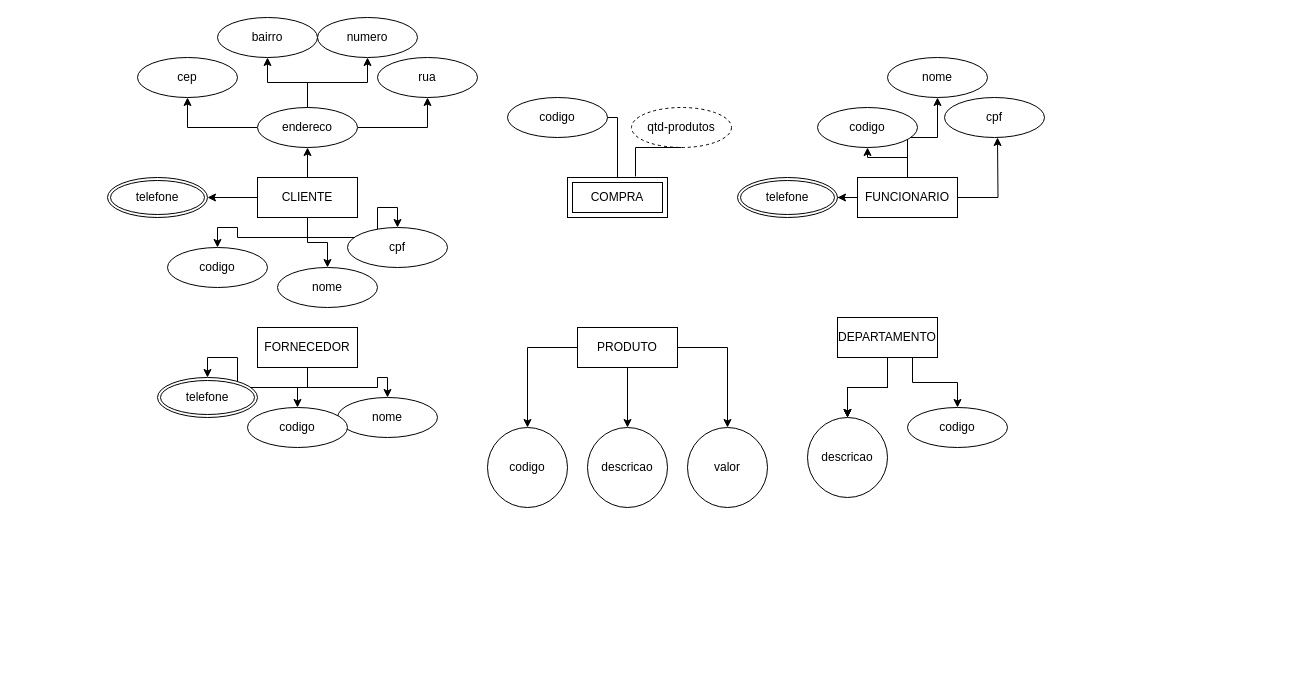
Earlier version of the draw.io diagram Case-loa2.drawio (webdevdesiner/premier). Source tidied: cells renumbered, new cells numbered last; positions are measured from the earlier drawing's top-left corner, leaving out a move shared by most shapes. Both pictures are drawn from the tidied source at 100%, with x=0, y=0 at pixel (107, 17).
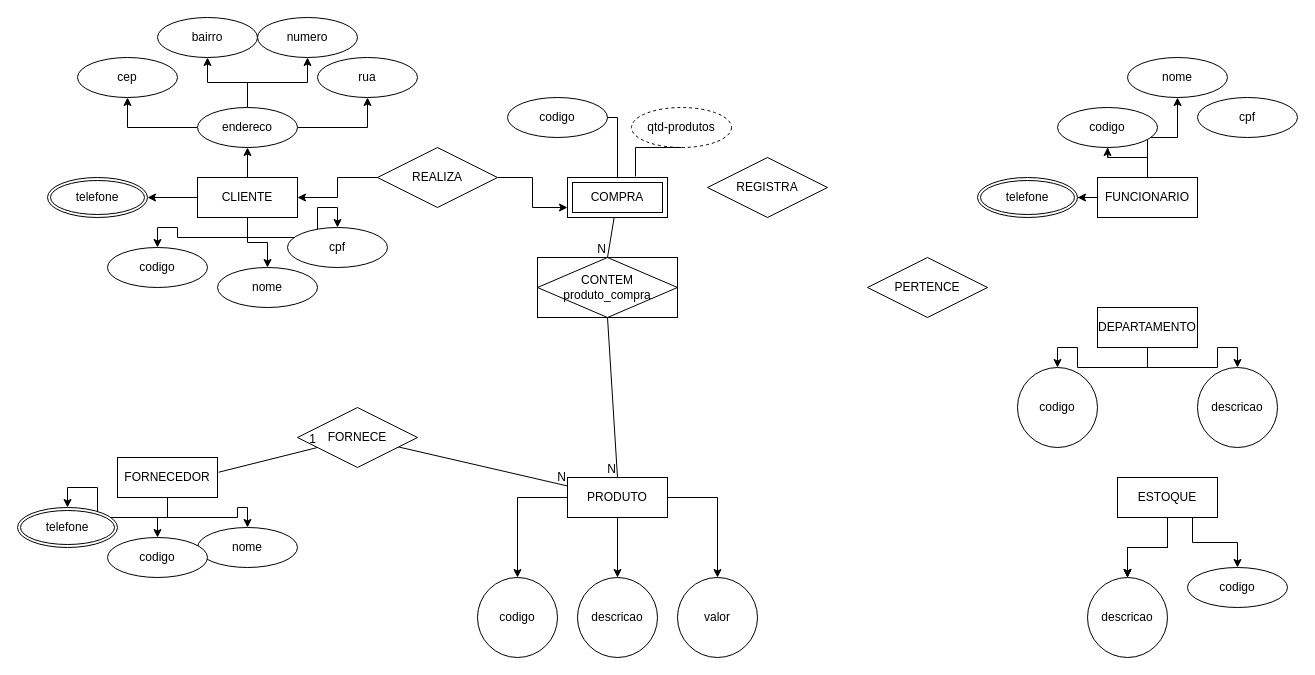
The same diagram, later.

The change refers to these unchanged cells:
```xml
<mxCell id="8" value="COMPRA" style="shape=ext;margin=3;double=1;whiteSpace=wrap;html=1;align=center;" parent="1" vertex="1">
  <mxGeometry x="460" y="160" width="100" height="40" as="geometry" />
</mxCell>
```

The edit, as a diff of the source:
```diff
@@
     <mxCell id="7" value="CLIENTE" style="whiteSpace=wrap;html=1;align=center;" parent="1" vertex="1">
-      <mxGeometry x="150" y="160" width="100" height="40" as="geometry" />
+      <mxGeometry x="90" y="160" width="100" height="40" as="geometry" />
     </mxCell>
@@
     <mxCell id="11" style="edgeStyle=orthogonalEdgeStyle;rounded=0;jettySize=auto;html=1;" parent="1" edge="1" source="13">
       <mxGeometry relative="1" as="geometry">
-        <mxPoint x="890" y="120" as="targetPoint" />
+        <mxPoint x="1000" y="120" as="targetPoint" />
       </mxGeometry>
     </mxCell>
@@
     <mxCell id="13" value="FUNCIONARIO" style="whiteSpace=wrap;html=1;align=center;" parent="1" vertex="1">
-      <mxGeometry x="750" y="160" width="100" height="40" as="geometry" />
+      <mxGeometry x="990" y="160" width="100" height="40" as="geometry" />
     </mxCell>
@@
     <mxCell id="17" value="PRODUTO" style="whiteSpace=wrap;html=1;align=center;" parent="1" vertex="1">
-      <mxGeometry x="470" y="310" width="100" height="40" as="geometry" />
+      <mxGeometry x="460" y="460" width="100" height="40" as="geometry" />
     </mxCell>
@@
     <mxCell id="21" value="FORNECEDOR" style="whiteSpace=wrap;html=1;align=center;" parent="1" vertex="1">
-      <mxGeometry x="150" y="310" width="100" height="40" as="geometry" />
+      <mxGeometry x="10" y="440" width="100" height="40" as="geometry" />
     </mxCell>
@@
-    <mxCell id="26" value="DEPARTAMENTO" style="whiteSpace=wrap;html=1;align=center;" parent="1" vertex="1">
-      <mxGeometry x="730" y="300" width="100" height="40" as="geometry" />
+    <mxCell id="26" value="ESTOQUE" style="whiteSpace=wrap;html=1;align=center;" parent="1" vertex="1">
+      <mxGeometry x="1010" y="460" width="100" height="40" as="geometry" />
     </mxCell>
@@
     <mxCell id="31" value="codigo" style="ellipse;whiteSpace=wrap;html=1;" parent="1" vertex="1">
-      <mxGeometry x="380" y="410" width="80" height="80" as="geometry" />
+      <mxGeometry x="370" y="560" width="80" height="80" as="geometry" />
     </mxCell>
     <mxCell id="32" value="valor" style="ellipse;whiteSpace=wrap;html=1;" parent="1" vertex="1">
-      <mxGeometry x="580" y="410" width="80" height="80" as="geometry" />
+      <mxGeometry x="570" y="560" width="80" height="80" as="geometry" />
     </mxCell>
     <mxCell id="33" value="descricao" style="ellipse;whiteSpace=wrap;html=1;" parent="1" vertex="1">
-      <mxGeometry x="480" y="410" width="80" height="80" as="geometry" />
+      <mxGeometry x="470" y="560" width="80" height="80" as="geometry" />
     </mxCell>
     <mxCell id="34" value="descricao" style="ellipse;whiteSpace=wrap;html=1;" parent="1" vertex="1">
-      <mxGeometry x="700" y="400" width="80" height="80" as="geometry" />
+      <mxGeometry x="980" y="560" width="80" height="80" as="geometry" />
     </mxCell>
     <mxCell id="35" value="codigo" style="ellipse;whiteSpace=wrap;html=1;align=center;" parent="1" vertex="1">
-      <mxGeometry x="800" y="390" width="100" height="40" as="geometry" />
+      <mxGeometry x="1080" y="550" width="100" height="40" as="geometry" />
     </mxCell>
     <mxCell id="36" value="codigo" style="ellipse;whiteSpace=wrap;html=1;align=center;" parent="1" vertex="1">
-      <mxGeometry x="710" y="90" width="100" height="40" as="geometry" />
+      <mxGeometry x="950" y="90" width="100" height="40" as="geometry" />
     </mxCell>
     <mxCell id="37" value="nome" style="ellipse;whiteSpace=wrap;html=1;align=center;" parent="1" vertex="1">
-      <mxGeometry x="780" y="40" width="100" height="40" as="geometry" />
+      <mxGeometry x="1020" y="40" width="100" height="40" as="geometry" />
     </mxCell>
     <mxCell id="38" value="cpf" style="ellipse;whiteSpace=wrap;html=1;align=center;" parent="1" vertex="1">
-      <mxGeometry x="837" y="80" width="100" height="40" as="geometry" />
+      <mxGeometry x="1090" y="80" width="100" height="40" as="geometry" />
     </mxCell>
     <mxCell id="39" value="telefone" style="ellipse;shape=doubleEllipse;margin=3;whiteSpace=wrap;html=1;align=center;" parent="1" vertex="1">
-      <mxGeometry x="630" y="160" width="100" height="40" as="geometry" />
+      <mxGeometry x="870" y="160" width="100" height="40" as="geometry" />
     </mxCell>
     <mxCell id="40" value="nome" style="ellipse;whiteSpace=wrap;html=1;align=center;" parent="1" vertex="1">
-      <mxGeometry x="230" y="380" width="100" height="40" as="geometry" />
+      <mxGeometry x="90" y="510" width="100" height="40" as="geometry" />
     </mxCell>
     <mxCell id="41" value="codigo" style="ellipse;whiteSpace=wrap;html=1;align=center;" parent="1" vertex="1">
-      <mxGeometry x="140" y="390" width="100" height="40" as="geometry" />
+      <mxGeometry y="520" width="100" height="40" as="geometry" />
     </mxCell>
     <mxCell id="42" value="telefone" style="ellipse;shape=doubleEllipse;margin=3;whiteSpace=wrap;html=1;align=center;" parent="1" vertex="1">
-      <mxGeometry x="50" y="360" width="100" height="40" as="geometry" />
+      <mxGeometry x="-90" y="490" width="100" height="40" as="geometry" />
     </mxCell>
@@
     <mxCell id="47" value="endereco" style="ellipse;whiteSpace=wrap;html=1;align=center;" parent="1" vertex="1">
-      <mxGeometry x="150" y="90" width="100" height="40" as="geometry" />
+      <mxGeometry x="90" y="90" width="100" height="40" as="geometry" />
     </mxCell>
     <mxCell id="48" value="bairro" style="ellipse;whiteSpace=wrap;html=1;align=center;" parent="1" vertex="1">
-      <mxGeometry x="110" width="100" height="40" as="geometry" />
+      <mxGeometry x="50" width="100" height="40" as="geometry" />
     </mxCell>
     <mxCell id="49" value="numero" style="ellipse;whiteSpace=wrap;html=1;align=center;" parent="1" vertex="1">
-      <mxGeometry x="210" width="100" height="40" as="geometry" />
+      <mxGeometry x="150" width="100" height="40" as="geometry" />
     </mxCell>
     <mxCell id="50" value="rua" style="ellipse;whiteSpace=wrap;html=1;align=center;" parent="1" vertex="1">
-      <mxGeometry x="270" y="40" width="100" height="40" as="geometry" />
+      <mxGeometry x="210" y="40" width="100" height="40" as="geometry" />
     </mxCell>
     <mxCell id="51" value="cep" style="ellipse;whiteSpace=wrap;html=1;align=center;" parent="1" vertex="1">
-      <mxGeometry x="30" y="40" width="100" height="40" as="geometry" />
+      <mxGeometry x="-30" y="40" width="100" height="40" as="geometry" />
     </mxCell>
     <mxCell id="52" value="telefone" style="ellipse;shape=doubleEllipse;margin=3;whiteSpace=wrap;html=1;align=center;" parent="1" vertex="1">
-      <mxGeometry y="160" width="100" height="40" as="geometry" />
+      <mxGeometry x="-60" y="160" width="100" height="40" as="geometry" />
     </mxCell>
     <mxCell id="53" value="codigo" style="ellipse;whiteSpace=wrap;html=1;align=center;" parent="1" vertex="1">
-      <mxGeometry x="60" y="230" width="100" height="40" as="geometry" />
+      <mxGeometry y="230" width="100" height="40" as="geometry" />
     </mxCell>
     <mxCell id="54" value="nome" style="ellipse;whiteSpace=wrap;html=1;align=center;" parent="1" vertex="1">
-      <mxGeometry x="170" y="250" width="100" height="40" as="geometry" />
+      <mxGeometry x="110" y="250" width="100" height="40" as="geometry" />
     </mxCell>
     <mxCell id="55" value="cpf" style="ellipse;whiteSpace=wrap;html=1;align=center;" parent="1" vertex="1">
-      <mxGeometry x="240" y="210" width="100" height="40" as="geometry" />
+      <mxGeometry x="180" y="210" width="100" height="40" as="geometry" />
     </mxCell>
+    <mxCell id="56" value="CONTEM&lt;div&gt;produto_compra&lt;/div&gt;" style="shape=associativeEntity;whiteSpace=wrap;html=1;align=center;" parent="1" vertex="1">
+      <mxGeometry x="430" y="240" width="140" height="60" as="geometry" />
+    </mxCell>
+    <mxCell id="57" style="edgeStyle=orthogonalEdgeStyle;rounded=0;jettySize=auto;html=1;entryX=0;entryY=0.75;entryDx=0;entryDy=0;" parent="1" edge="1" source="59" target="8">
+      <mxGeometry relative="1" as="geometry" />
+    </mxCell>
+    <mxCell id="58" style="edgeStyle=orthogonalEdgeStyle;rounded=0;jettySize=auto;html=1;entryX=1;entryY=0.5;entryDx=0;entryDy=0;" parent="1" edge="1" source="59" target="7">
+      <mxGeometry relative="1" as="geometry" />
+    </mxCell>
+    <mxCell id="59" value="REALIZA" style="shape=rhombus;perimeter=rhombusPerimeter;whiteSpace=wrap;html=1;align=center;" parent="1" vertex="1">
+      <mxGeometry x="270" y="130" width="120" height="60" as="geometry" />
+    </mxCell>
+    <mxCell id="60" value="REGISTRA" style="shape=rhombus;perimeter=rhombusPerimeter;whiteSpace=wrap;html=1;align=center;" parent="1" vertex="1">
+      <mxGeometry x="600" y="140" width="120" height="60" as="geometry" />
+    </mxCell>
+    <mxCell id="61" value="PERTENCE" style="shape=rhombus;perimeter=rhombusPerimeter;whiteSpace=wrap;html=1;align=center;" parent="1" vertex="1">
+      <mxGeometry x="760" y="240" width="120" height="60" as="geometry" />
+    </mxCell>
+    <mxCell id="62" value="FORNECE" style="shape=rhombus;perimeter=rhombusPerimeter;whiteSpace=wrap;html=1;align=center;" parent="1" vertex="1">
+      <mxGeometry x="190" y="390" width="120" height="60" as="geometry" />
+    </mxCell>
+    <mxCell id="63" style="edgeStyle=orthogonalEdgeStyle;rounded=0;jettySize=auto;html=1;" parent="1" edge="1" source="65" target="66">
+      <mxGeometry relative="1" as="geometry" />
+    </mxCell>
+    <mxCell id="64" style="edgeStyle=orthogonalEdgeStyle;rounded=0;jettySize=auto;html=1;" parent="1" edge="1" source="65" target="67">
+      <mxGeometry relative="1" as="geometry" />
+    </mxCell>
+    <mxCell id="65" value="DEPARTAMENTO" style="whiteSpace=wrap;html=1;align=center;" parent="1" vertex="1">
+      <mxGeometry x="990" y="290" width="100" height="40" as="geometry" />
+    </mxCell>
+    <mxCell id="66" value="codigo" style="ellipse;whiteSpace=wrap;html=1;" parent="1" vertex="1">
+      <mxGeometry x="910" y="350" width="80" height="80" as="geometry" />
+    </mxCell>
+    <mxCell id="67" value="descricao" style="ellipse;whiteSpace=wrap;html=1;" parent="1" vertex="1">
+      <mxGeometry x="1090" y="350" width="80" height="80" as="geometry" />
+    </mxCell>
+    <mxCell id="68" style="endArrow=none;html=1;rounded=0;entryX=0.5;entryY=0;entryDx=0;entryDy=0;" parent="1" edge="1" source="8" target="56">
+      <mxGeometry relative="1" as="geometry" />
+    </mxCell>
+    <mxCell id="69" value="N" style="html=1;whiteSpace=wrap;align=right;verticalAlign=bottom;" parent="68" vertex="1">
+      <mxGeometry x="1" relative="1" as="geometry" />
+    </mxCell>
+    <mxCell id="70" style="endArrow=none;html=1;rounded=0;exitX=0.5;exitY=1;exitDx=0;exitDy=0;entryX=0.5;entryY=0;entryDx=0;entryDy=0;" parent="1" edge="1" source="56" target="17">
+      <mxGeometry relative="1" as="geometry" />
+    </mxCell>
+    <mxCell id="71" value="N" style="html=1;whiteSpace=wrap;align=right;verticalAlign=bottom;" parent="70" vertex="1">
+      <mxGeometry x="1" relative="1" as="geometry" />
+    </mxCell>
+    <mxCell id="72" style="endArrow=none;html=1;rounded=0;exitX=1.012;exitY=0.368;exitDx=0;exitDy=0;exitPerimeter=0;" parent="1" edge="1" source="21" target="62">
+      <mxGeometry relative="1" as="geometry" />
+    </mxCell>
+    <mxCell id="73" value="1" style="html=1;whiteSpace=wrap;align=right;verticalAlign=bottom;" parent="72" vertex="1">
+      <mxGeometry x="1" relative="1" as="geometry" />
+    </mxCell>
+    <mxCell id="74" style="endArrow=none;html=1;rounded=0;" parent="1" edge="1" source="62" target="17">
+      <mxGeometry relative="1" as="geometry" />
+    </mxCell>
+    <mxCell id="75" value="N" style="html=1;whiteSpace=wrap;align=right;verticalAlign=bottom;" parent="74" vertex="1">
+      <mxGeometry x="1" relative="1" as="geometry" />
+    </mxCell>
```
